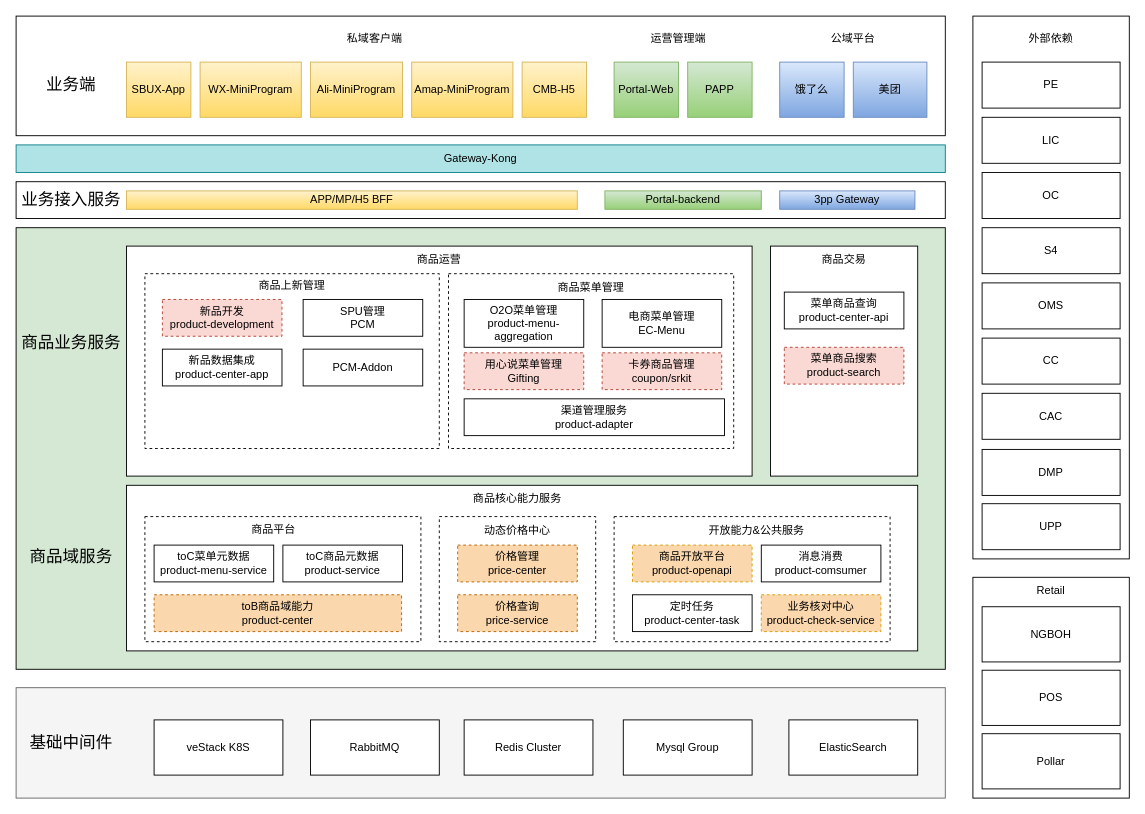
Earlier version of the draw.io diagram PC2.0技术架构.drawio (alexzhang2015/PC2.0). Source tidied: cells renumbered, new cells numbered last; positions are measured from the earlier drawing's top-left corner, leaving out a move shared by most shapes. Both pictures are drawn from the tidied source at 92%, with x=0, y=0 at pixel (16, 16).
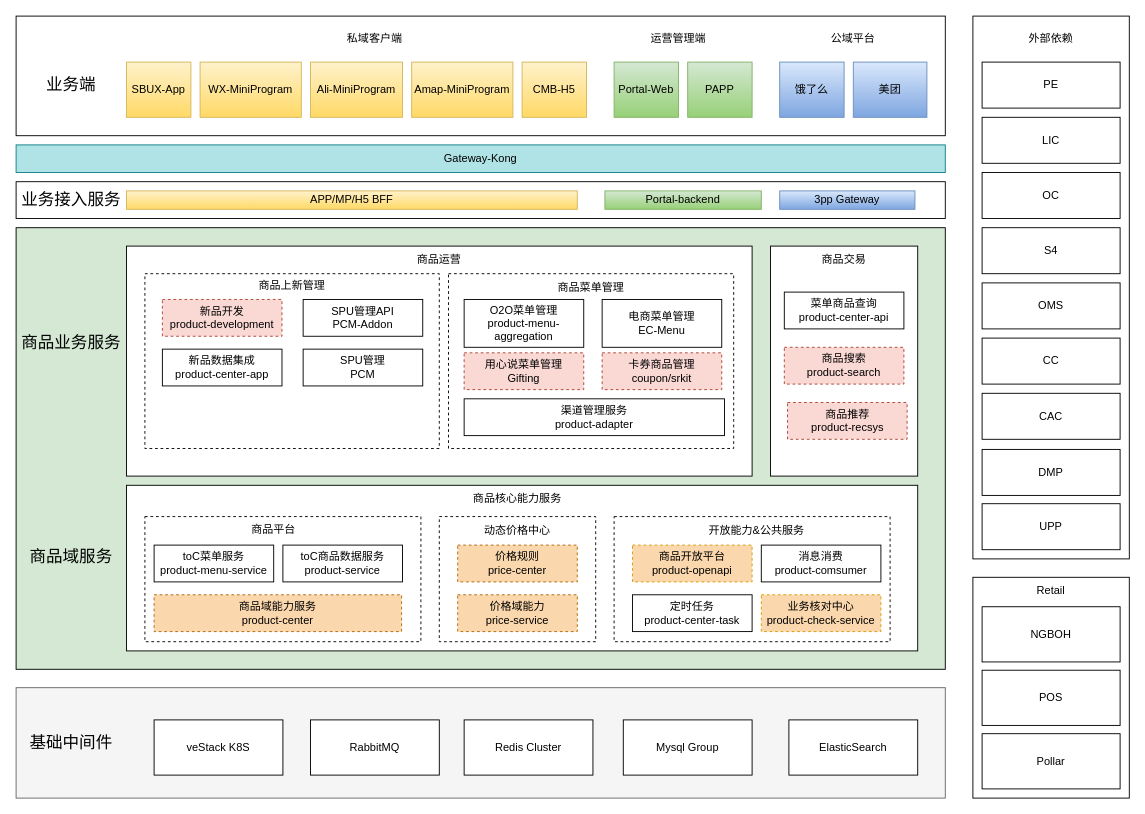
The same page after the edit.

Commit message:
更新PC2.0技术架构.drawio

What changed in the source:
```diff
@@
-    <mxCell id="46" value="toB商品域能力&lt;br&gt;product-center" style="rounded=0;whiteSpace=wrap;html=1;dashed=1;fillColor=#fad7ac;strokeColor=#b46504;" parent="1" vertex="1">
+    <mxCell id="46" value="商品域能力服务&lt;br&gt;product-center" style="rounded=0;whiteSpace=wrap;html=1;dashed=1;fillColor=#fad7ac;strokeColor=#b46504;" parent="1" vertex="1">
       <mxGeometry x="150" y="629" width="269" height="40" as="geometry" />
     </mxCell>
-    <mxCell id="47" value="toC商品元数据&lt;br&gt;product-service" style="rounded=0;whiteSpace=wrap;html=1;" parent="1" vertex="1">
+    <mxCell id="47" value="toC商品数据服务&lt;br&gt;product-service" style="rounded=0;whiteSpace=wrap;html=1;" parent="1" vertex="1">
       <mxGeometry x="290" y="575" width="130" height="40" as="geometry" />
     </mxCell>
-    <mxCell id="48" value="toC菜单元数据&lt;br&gt;product-menu-service" style="rounded=0;whiteSpace=wrap;html=1;" parent="1" vertex="1">
+    <mxCell id="48" value="toC菜单服务&lt;br&gt;product-menu-service" style="rounded=0;whiteSpace=wrap;html=1;" parent="1" vertex="1">
       <mxGeometry x="150" y="575" width="130" height="40" as="geometry" />
     </mxCell>
@@
-    <mxCell id="50" value="价格管理&lt;br&gt;price-center" style="rounded=0;whiteSpace=wrap;html=1;fillColor=#fad7ac;strokeColor=#b46504;dashed=1;" parent="1" vertex="1">
+    <mxCell id="50" value="价格规则&lt;br&gt;price-center" style="rounded=0;whiteSpace=wrap;html=1;fillColor=#fad7ac;strokeColor=#b46504;dashed=1;" parent="1" vertex="1">
       <mxGeometry x="480" y="575" width="130" height="40" as="geometry" />
     </mxCell>
-    <mxCell id="51" value="价格查询&lt;br&gt;price-service" style="rounded=0;whiteSpace=wrap;html=1;fillColor=#fad7ac;strokeColor=#b46504;dashed=1;" parent="1" vertex="1">
+    <mxCell id="51" value="价格域能力&lt;br&gt;price-service" style="rounded=0;whiteSpace=wrap;html=1;fillColor=#fad7ac;strokeColor=#b46504;dashed=1;" parent="1" vertex="1">
       <mxGeometry x="480" y="629" width="130" height="40" as="geometry" />
     </mxCell>
@@
-    <mxCell id="58" value="菜单商品搜索&lt;br&gt;product-search" style="rounded=0;whiteSpace=wrap;html=1;fillColor=#fad9d5;strokeColor=#ae4132;dashed=1;" parent="1" vertex="1">
+    <mxCell id="58" value="商品搜索&lt;br&gt;product-search" style="rounded=0;whiteSpace=wrap;html=1;fillColor=#fad9d5;strokeColor=#ae4132;dashed=1;" parent="1" vertex="1">
       <mxGeometry x="835" y="360" width="130" height="40" as="geometry" />
     </mxCell>
@@
-    <mxCell id="63" value="SPU管理&lt;br&gt;PCM" style="rounded=0;whiteSpace=wrap;html=1;" parent="1" vertex="1">
+    <mxCell id="63" value="SPU管理API&lt;br&gt;PCM-Addon" style="rounded=0;whiteSpace=wrap;html=1;" parent="1" vertex="1">
       <mxGeometry x="312" y="308" width="130" height="40" as="geometry" />
     </mxCell>
-    <mxCell id="64" value="PCM-Addon" style="rounded=0;whiteSpace=wrap;html=1;" parent="1" vertex="1">
+    <mxCell id="64" value="&lt;div&gt;SPU管理&lt;/div&gt;&lt;span style=&quot;background-color: initial;&quot;&gt;PCM&lt;/span&gt;" style="rounded=0;whiteSpace=wrap;html=1;" parent="1" vertex="1">
       <mxGeometry x="312" y="362" width="130" height="40" as="geometry" />
     </mxCell>
@@
+    <mxCell id="84" value="商品推荐&lt;br&gt;product-recsys" style="rounded=0;whiteSpace=wrap;html=1;fillColor=#fad9d5;strokeColor=#ae4132;dashed=1;" parent="1" vertex="1">
+      <mxGeometry x="838.5" y="420" width="130" height="40" as="geometry" />
+    </mxCell>
```
